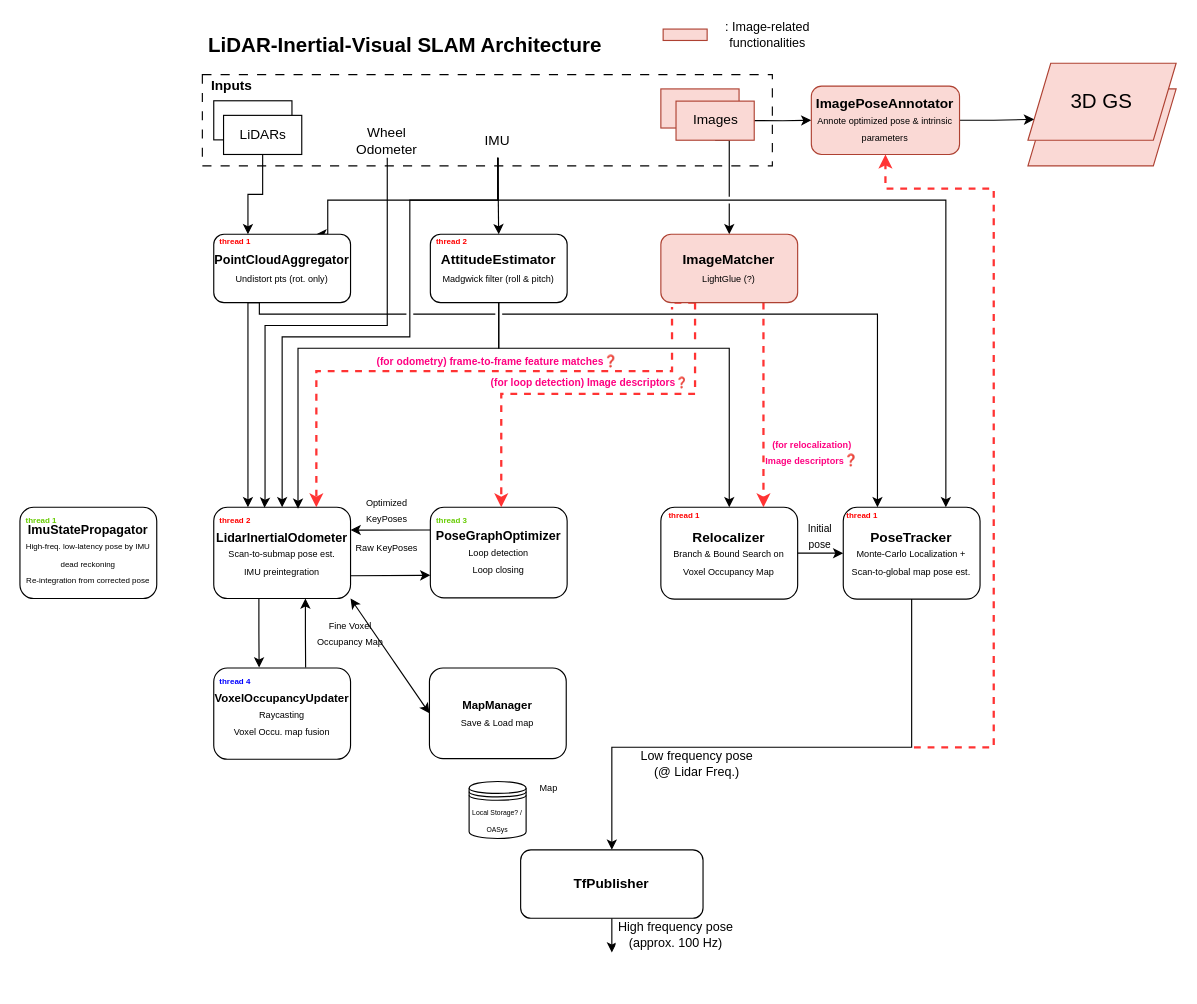
Earlier version of the draw.io diagram 3D SLAMv2.drawio (chkim-holiday/draw_io_storage). Source tidied: cells renumbered, new cells numbered last; positions are measured from the earlier drawing's top-left corner, leaving out a move shared by most shapes. Both pictures are drawn from the tidied source at 114%, with x=0, y=0 at pixel (19, 28).
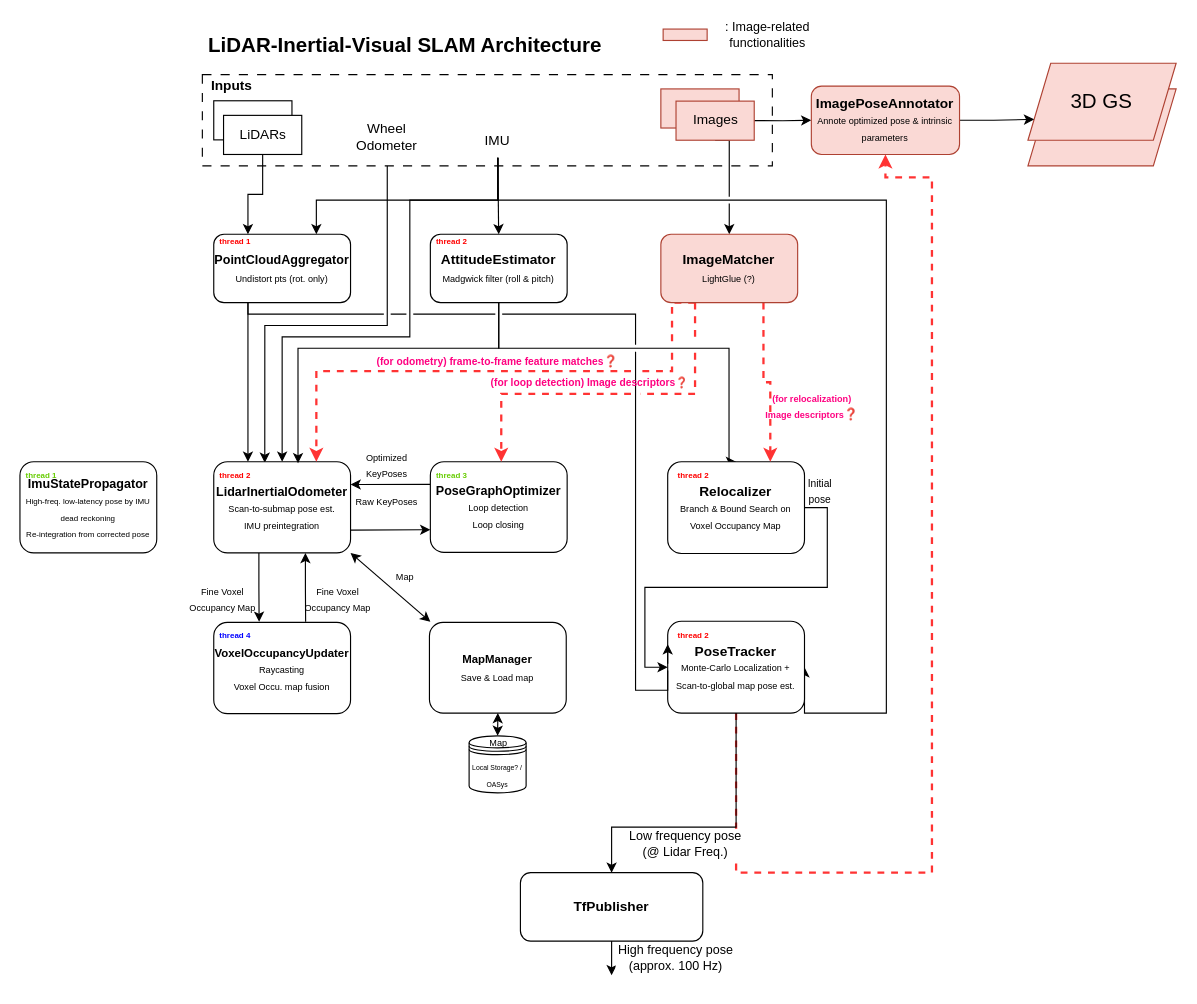
Above is the later version.

Unchanged cells that the change refers to:
```xml
<mxCell id="8" value="IMU" style="text;html=1;whiteSpace=wrap;strokeColor=none;fillColor=none;align=center;verticalAlign=middle;rounded=0;" parent="1" vertex="1">
  <mxGeometry x="399.2" y="82.9" width="40" height="30" as="geometry" />
</mxCell>
<mxCell id="20" value="&lt;div&gt;&lt;font style=&quot;font-size: 11px;&quot;&gt;&lt;b&gt;PointCloudAggregator&lt;/b&gt;&lt;/font&gt;&lt;/div&gt;&lt;div&gt;&lt;font style=&quot;font-size: 8px;&quot;&gt;Undistort pts (rot. only)&lt;/font&gt;&lt;/div&gt;" style="rounded=1;whiteSpace=wrap;html=1;" parent="1" vertex="1">
  <mxGeometry x="170" y="180" width="120" height="60" as="geometry" />
</mxCell>
<mxCell id="57" value="&lt;b&gt;ImagePoseAnnotator&lt;/b&gt;&lt;div&gt;&lt;font style=&quot;font-size: 8px;&quot;&gt;Annote optimized pose &amp;amp; intrinsic parameters&lt;/font&gt;&lt;/div&gt;" style="rounded=1;whiteSpace=wrap;html=1;fillColor=#fad9d5;strokeColor=#ae4132;" parent="1" vertex="1">
  <mxGeometry x="694.2" y="50" width="130" height="60" as="geometry" />
</mxCell>
```

What changed in the source:
```diff
@@
+    <mxCell id="68" style="edgeStyle=orthogonalEdgeStyle;rounded=0;jettySize=auto;html=1;exitX=0.5;exitY=1;exitDx=0;exitDy=0;entryX=0.373;entryY=0.011;entryDx=0;entryDy=0;entryPerimeter=0;jumpStyle=gap;" parent="1" edge="1" source="9" target="32">
+      <mxGeometry relative="1" as="geometry">
+        <Array as="points">
+          <mxPoint x="322" y="260" />
+          <mxPoint x="215" y="260" />
+        </Array>
+      </mxGeometry>
+    </mxCell>
+    <mxCell id="58" style="edgeStyle=orthogonalEdgeStyle;shape=connector;rounded=0;jumpStyle=gap;jettySize=auto;html=1;entryX=0.5;entryY=1;entryDx=0;entryDy=0;strokeColor=#FF3333;align=center;verticalAlign=middle;fontFamily=Helvetica;fontSize=11;fontColor=default;labelBackgroundColor=default;endArrow=classic;fillColor=#f8cecc;dashed=1;strokeWidth=2;exitX=0.5;exitY=1;exitDx=0;exitDy=0;" parent="1" edge="1" source="26" target="57">
+      <mxGeometry relative="1" as="geometry">
+        <Array as="points">
+          <mxPoint x="628" y="740" />
+          <mxPoint x="800" y="740" />
+          <mxPoint x="800" y="130" />
+          <mxPoint x="759" y="130" />
+        </Array>
+      </mxGeometry>
+    </mxCell>
     <mxCell id="2" value="&lt;font style=&quot;font-size: 8px;&quot;&gt;Optimized KeyPoses&lt;/font&gt;" style="text;html=1;whiteSpace=wrap;strokeColor=none;fillColor=none;align=center;verticalAlign=middle;rounded=0;fontFamily=Helvetica;fontSize=11;fontColor=default;labelBackgroundColor=none;" parent="1" vertex="1">
-      <mxGeometry x="292.2" y="410" width="60" height="24" as="geometry" />
+      <mxGeometry x="292.2" y="370" width="60" height="24" as="geometry" />
     </mxCell>
@@
-    <mxCell id="6" style="edgeStyle=orthogonalEdgeStyle;shape=connector;rounded=0;jumpStyle=gap;jettySize=auto;html=1;exitX=0.5;exitY=1;exitDx=0;exitDy=0;entryX=0.75;entryY=0;entryDx=0;entryDy=0;strokeColor=default;align=center;verticalAlign=middle;fontFamily=Helvetica;fontSize=11;fontColor=default;labelBackgroundColor=default;endArrow=classic;" parent="1" edge="1" source="8" target="26">
+    <mxCell id="6" style="edgeStyle=orthogonalEdgeStyle;shape=connector;rounded=0;jumpStyle=gap;jettySize=auto;html=1;exitX=0.5;exitY=1;exitDx=0;exitDy=0;entryX=1;entryY=0.5;entryDx=0;entryDy=0;strokeColor=default;align=center;verticalAlign=middle;fontFamily=Helvetica;fontSize=11;fontColor=default;labelBackgroundColor=default;endArrow=classic;" parent="1" edge="1" source="8" target="26">
       <mxGeometry relative="1" as="geometry">
         <Array as="points">
           <mxPoint x="419" y="150" />
-          <mxPoint x="812" y="150" />
+          <mxPoint x="760" y="150" />
+          <mxPoint x="760" y="600" />
         </Array>
       </mxGeometry>
     </mxCell>
     <mxCell id="7" style="edgeStyle=orthogonalEdgeStyle;rounded=0;jettySize=auto;html=1;exitX=0.5;exitY=1;exitDx=0;exitDy=0;entryX=0.75;entryY=0;entryDx=0;entryDy=0;" parent="1" edge="1" source="8" target="20">
       <mxGeometry relative="1" as="geometry">
         <Array as="points">
           <mxPoint x="419" y="150" />
-          <mxPoint x="270" y="150" />
+          <mxPoint x="260" y="150" />
         </Array>
       </mxGeometry>
     </mxCell>
@@
     <mxCell id="9" value="Wheel&lt;br&gt;Odometer" style="text;html=1;whiteSpace=wrap;strokeColor=none;fillColor=none;align=center;verticalAlign=middle;rounded=0;" parent="1" vertex="1">
-      <mxGeometry x="302.2" y="82.9" width="40" height="30" as="geometry" />
+      <mxGeometry x="302.2" y="80" width="40" height="30" as="geometry" />
     </mxCell>
@@
     <mxCell id="24" value="&lt;b&gt;&lt;font style=&quot;font-size: 11px;&quot;&gt;PoseGraphOptimizer&lt;/font&gt;&lt;/b&gt;&lt;div&gt;&lt;font style=&quot;font-size: 8px;&quot;&gt;Loop detection&lt;/font&gt;&lt;/div&gt;&lt;div&gt;&lt;font style=&quot;font-size: 8px;&quot;&gt;Loop closing&lt;/font&gt;&lt;/div&gt;" style="rounded=1;whiteSpace=wrap;html=1;" parent="1" vertex="1">
-      <mxGeometry x="360" y="419.5" width="120" height="79.5" as="geometry" />
+      <mxGeometry x="360" y="379.5" width="120" height="79.5" as="geometry" />
     </mxCell>
     <mxCell id="25" style="edgeStyle=orthogonalEdgeStyle;rounded=0;jettySize=auto;html=1;exitX=0.5;exitY=1;exitDx=0;exitDy=0;entryX=0.5;entryY=0;entryDx=0;entryDy=0;" parent="1" edge="1" source="26" target="40">
       <mxGeometry relative="1" as="geometry">
         <Array as="points">
-          <mxPoint x="782" y="630" />
-          <mxPoint x="520" y="630" />
+          <mxPoint x="628" y="700" />
+          <mxPoint x="519" y="700" />
         </Array>
       </mxGeometry>
     </mxCell>
     <mxCell id="26" value="&lt;b&gt;PoseTracker&lt;/b&gt;&lt;div&gt;&lt;font style=&quot;font-size: 8px;&quot;&gt;Monte-Carlo Localization +&lt;/font&gt;&lt;/div&gt;&lt;div&gt;&lt;span style=&quot;font-size: 8px;&quot;&gt;Scan-to-global map pose est.&lt;/span&gt;&lt;/div&gt;" style="rounded=1;whiteSpace=wrap;html=1;" parent="1" vertex="1">
-      <mxGeometry x="722.2" y="419.5" width="120" height="80.5" as="geometry" />
+      <mxGeometry x="568.2" y="519.5" width="120" height="80.5" as="geometry" />
     </mxCell>
     <mxCell id="27" value="&lt;b&gt;Relocalizer&lt;/b&gt;&lt;div&gt;&lt;font style=&quot;font-size: 8px;&quot;&gt;Branch &amp;amp; Bound Search on Voxel Occupancy Map&lt;/font&gt;&lt;/div&gt;" style="rounded=1;whiteSpace=wrap;html=1;" parent="1" vertex="1">
-      <mxGeometry x="562.2" y="419.5" width="120" height="80.5" as="geometry" />
+      <mxGeometry x="568.2" y="379.5" width="120" height="80.5" as="geometry" />
     </mxCell>
@@
-    <mxCell id="29" style="rounded=0;jettySize=auto;html=1;exitX=1;exitY=1;exitDx=0;exitDy=0;entryX=0;entryY=0.5;entryDx=0;entryDy=0;startArrow=classic;startFill=1;" parent="1" edge="1" source="32" target="63">
-      <mxGeometry relative="1" as="geometry" />
+    <mxCell id="29" style="rounded=0;jettySize=auto;html=1;exitX=1;exitY=1;exitDx=0;exitDy=0;startArrow=classic;startFill=1;" parent="1" edge="1" source="32">
+      <mxGeometry relative="1" as="geometry">
+        <mxPoint x="360" y="520" as="targetPoint" />
+      </mxGeometry>
     </mxCell>
     <mxCell id="30" style="edgeStyle=orthogonalEdgeStyle;rounded=0;jettySize=auto;html=1;exitX=0.33;exitY=1;exitDx=0;exitDy=0;exitPerimeter=0;" parent="1" edge="1" source="32">
       <mxGeometry relative="1" as="geometry">
-        <mxPoint x="209.8" y="560" as="targetPoint" />
+        <mxPoint x="209.8" y="520" as="targetPoint" />
       </mxGeometry>
     </mxCell>
     <mxCell id="31" style="edgeStyle=orthogonalEdgeStyle;rounded=0;jettySize=auto;html=1;exitX=0.67;exitY=1;exitDx=0;exitDy=0;exitPerimeter=0;startArrow=classic;startFill=1;endArrow=none;endFill=0;" parent="1" edge="1" source="32">
       <mxGeometry relative="1" as="geometry">
-        <mxPoint x="250.6" y="560" as="targetPoint" />
+        <mxPoint x="250.6" y="520" as="targetPoint" />
       </mxGeometry>
     </mxCell>
     <mxCell id="32" value="&lt;b&gt;&lt;font style=&quot;font-size: 11px;&quot;&gt;LidarInertialOdometer&lt;/font&gt;&lt;/b&gt;&lt;div&gt;&lt;font style=&quot;font-size: 8px;&quot;&gt;Scan-to-submap pose est.&lt;/font&gt;&lt;/div&gt;&lt;div&gt;&lt;font style=&quot;font-size: 8px;&quot;&gt;IMU preintegration&lt;/font&gt;&lt;/div&gt;" style="rounded=1;whiteSpace=wrap;html=1;points=[[0,0,0,0,0],[0,0.25,0,0,0],[0,0.5,0,0,0],[0,0.75,0,0,0],[0,1,0,0,0],[0.17,1,0,0,0],[0.25,0,0,0,0],[0.25,1,0,0,0],[0.33,1,0,0,0],[0.5,0,0,0,0],[0.5,1,0,0,0],[0.67,1,0,0,0],[0.75,0,0,0,0],[0.75,1,0,0,0],[0.83,1,0,0,0],[1,0,0,0,0],[1,0.25,0,0,0],[1,0.5,0,0,0],[1,0.75,0,0,0],[1,1,0,0,0]];" parent="1" vertex="1">
-      <mxGeometry x="170" y="419.5" width="120" height="80" as="geometry" />
+      <mxGeometry x="170" y="379.5" width="120" height="80" as="geometry" />
     </mxCell>
@@
-    <mxCell id="34" style="edgeStyle=orthogonalEdgeStyle;shape=connector;rounded=0;jumpStyle=gap;jettySize=auto;html=1;exitX=0.25;exitY=1;exitDx=0;exitDy=0;entryX=0.25;entryY=0;entryDx=0;entryDy=0;strokeColor=default;align=center;verticalAlign=middle;fontFamily=Helvetica;fontSize=11;fontColor=default;labelBackgroundColor=default;endArrow=classic;" parent="1" edge="1" source="20" target="26">
+    <mxCell id="34" style="edgeStyle=orthogonalEdgeStyle;shape=connector;rounded=0;jumpStyle=gap;jettySize=auto;html=1;exitX=0.25;exitY=1;exitDx=0;exitDy=0;entryX=0;entryY=0.25;entryDx=0;entryDy=0;strokeColor=default;align=center;verticalAlign=middle;fontFamily=Helvetica;fontSize=11;fontColor=default;labelBackgroundColor=default;endArrow=classic;" parent="1" edge="1" source="20" target="26">
       <mxGeometry relative="1" as="geometry">
         <Array as="points">
-          <mxPoint x="210" y="250" />
-          <mxPoint x="752" y="250" />
+          <mxPoint x="200" y="250" />
+          <mxPoint x="540" y="250" />
+          <mxPoint x="540" y="580" />
         </Array>
       </mxGeometry>
     </mxCell>
     <mxCell id="35" value="&lt;font style=&quot;font-size: 8px;&quot;&gt;Fine Voxel Occupancy Map&lt;/font&gt;" style="text;html=1;whiteSpace=wrap;strokeColor=none;fillColor=none;align=center;verticalAlign=middle;rounded=0;fontFamily=Helvetica;fontSize=11;fontColor=default;labelBackgroundColor=none;rotation=0;" parent="1" vertex="1">
-      <mxGeometry x="260" y="520" width="60" height="20" as="geometry" />
+      <mxGeometry x="249.2" y="490" width="60" height="20" as="geometry" />
     </mxCell>
     <mxCell id="36" value="&lt;font style=&quot;font-size: 8px;&quot;&gt;Raw KeyPoses&lt;/font&gt;" style="text;html=1;whiteSpace=wrap;strokeColor=none;fillColor=none;align=center;verticalAlign=middle;rounded=0;fontFamily=Helvetica;fontSize=11;fontColor=default;labelBackgroundColor=none;" parent="1" vertex="1">
-      <mxGeometry x="292.2" y="449" width="60" height="10" as="geometry" />
+      <mxGeometry x="292.2" y="409" width="60" height="10" as="geometry" />
     </mxCell>
     <mxCell id="37" value="&lt;font style=&quot;font-size: 7px;&quot;&gt;&lt;b&gt;thread 3&lt;/b&gt;&lt;/font&gt;" style="text;html=1;whiteSpace=wrap;strokeColor=none;fillColor=none;align=center;verticalAlign=middle;rounded=0;fontFamily=Helvetica;fontSize=11;fontColor=#66CC00;labelBackgroundColor=none;" parent="1" vertex="1">
-      <mxGeometry x="364" y="425" width="30" height="10" as="geometry" />
+      <mxGeometry x="364" y="385" width="30" height="10" as="geometry" />
     </mxCell>
     <mxCell id="38" value="&lt;font style=&quot;font-size: 7px; color: rgb(255, 0, 0);&quot;&gt;&lt;b&gt;thread 2&lt;/b&gt;&lt;/font&gt;" style="text;html=1;whiteSpace=wrap;strokeColor=none;fillColor=none;align=center;verticalAlign=middle;rounded=0;fontFamily=Helvetica;fontSize=11;fontColor=#66CC00;labelBackgroundColor=none;" parent="1" vertex="1">
-      <mxGeometry x="174" y="425" width="30" height="10" as="geometry" />
+      <mxGeometry x="174" y="385" width="30" height="10" as="geometry" />
     </mxCell>
     <mxCell id="39" style="edgeStyle=orthogonalEdgeStyle;shape=connector;rounded=0;jumpStyle=gap;jettySize=auto;html=1;exitX=0.5;exitY=1;exitDx=0;exitDy=0;strokeColor=default;align=center;verticalAlign=middle;fontFamily=Helvetica;fontSize=11;fontColor=default;labelBackgroundColor=default;endArrow=classic;" parent="1" edge="1" source="40">
       <mxGeometry relative="1" as="geometry">
-        <mxPoint x="519.2" y="810" as="targetPoint" />
+        <mxPoint x="519" y="830" as="targetPoint" />
       </mxGeometry>
     </mxCell>
     <mxCell id="40" value="&lt;b&gt;TfPublisher&lt;/b&gt;" style="rounded=1;whiteSpace=wrap;html=1;" parent="1" vertex="1">
-      <mxGeometry x="439.2" y="720" width="160" height="60" as="geometry" />
+      <mxGeometry x="439" y="740" width="160" height="60" as="geometry" />
     </mxCell>
     <mxCell id="41" value="High frequency pose (approx. 100 Hz)" style="text;html=1;whiteSpace=wrap;strokeColor=none;fillColor=none;align=center;verticalAlign=middle;rounded=0;fontFamily=Helvetica;fontSize=11;fontColor=default;labelBackgroundColor=default;" parent="1" vertex="1">
-      <mxGeometry x="522.4" y="780" width="106.8" height="30" as="geometry" />
+      <mxGeometry x="522.2" y="800" width="106.8" height="30" as="geometry" />
     </mxCell>
     <mxCell id="42" value="Low frequency pose &lt;br&gt;(@ Lidar Freq.)" style="text;html=1;whiteSpace=wrap;strokeColor=none;fillColor=none;align=center;verticalAlign=middle;rounded=0;fontFamily=Helvetica;fontSize=11;fontColor=default;labelBackgroundColor=default;" parent="1" vertex="1">
-      <mxGeometry x="534.2" y="630" width="120" height="30" as="geometry" />
+      <mxGeometry x="524.1" y="700" width="120" height="30" as="geometry" />
     </mxCell>
     <mxCell id="43" value="&lt;div&gt;&lt;span&gt;&lt;font style=&quot;font-size: 8px;&quot;&gt;&lt;b&gt;(for relocalization)&lt;/b&gt;&lt;/font&gt;&lt;/span&gt;&lt;/div&gt;&lt;span&gt;&lt;b&gt;&lt;font style=&quot;font-size: 8px;&quot;&gt;Image descriptors&lt;/font&gt;&lt;span style=&quot;font-size: x-small;&quot;&gt;❓&lt;/span&gt;&lt;/b&gt;&lt;/span&gt;" style="text;html=1;whiteSpace=wrap;strokeColor=none;fillColor=none;align=center;verticalAlign=middle;rounded=0;fontFamily=Helvetica;fontSize=11;fontColor=#FF0080;labelBackgroundColor=none;" parent="1" vertex="1">
-      <mxGeometry x="649.2" y="356" width="91.9" height="30" as="geometry" />
+      <mxGeometry x="649.2" y="316" width="91.9" height="30" as="geometry" />
     </mxCell>
@@
     <mxCell id="45" value="&lt;font style=&quot;font-size: 9px;&quot;&gt;Initial&lt;/font&gt;&lt;div&gt;&lt;font style=&quot;font-size: 9px;&quot;&gt;pose&lt;/font&gt;&lt;/div&gt;" style="text;html=1;whiteSpace=wrap;strokeColor=none;fillColor=none;align=center;verticalAlign=middle;rounded=0;fontFamily=Helvetica;fontSize=11;fontColor=default;labelBackgroundColor=none;" parent="1" vertex="1">
-      <mxGeometry x="687.2" y="429.5" width="30" height="30" as="geometry" />
+      <mxGeometry x="687.2" y="389.5" width="30" height="30" as="geometry" />
     </mxCell>
@@
-    <mxCell id="58" style="edgeStyle=orthogonalEdgeStyle;shape=connector;rounded=0;jumpStyle=gap;jettySize=auto;html=1;entryX=0.5;entryY=1;entryDx=0;entryDy=0;strokeColor=#FF3333;align=center;verticalAlign=middle;fontFamily=Helvetica;fontSize=11;fontColor=default;labelBackgroundColor=default;endArrow=classic;fillColor=#f8cecc;dashed=1;strokeWidth=2;" parent="1" edge="1" target="57">
-      <mxGeometry relative="1" as="geometry">
-        <mxPoint x="784.2" y="630" as="sourcePoint" />
-        <Array as="points">
-          <mxPoint x="854.2" y="630" />
-          <mxPoint x="854.2" y="140" />
-          <mxPoint x="759.2" y="140" />
-        </Array>
-      </mxGeometry>
-    </mxCell>
-    <mxCell id="59" value="&lt;font style=&quot;font-size: 7px; color: rgb(255, 0, 0);&quot;&gt;&lt;b&gt;thread 1&lt;/b&gt;&lt;/font&gt;" style="text;html=1;whiteSpace=wrap;strokeColor=none;fillColor=none;align=center;verticalAlign=middle;rounded=0;fontFamily=Helvetica;fontSize=11;fontColor=#66CC00;labelBackgroundColor=none;" parent="1" vertex="1">
-      <mxGeometry x="568.2" y="419.5" width="30" height="10" as="geometry" />
+    <mxCell id="59" value="&lt;font style=&quot;font-size: 7px; color: rgb(255, 0, 0);&quot;&gt;&lt;b&gt;thread 2&lt;/b&gt;&lt;/font&gt;" style="text;html=1;whiteSpace=wrap;strokeColor=none;fillColor=none;align=center;verticalAlign=middle;rounded=0;fontFamily=Helvetica;fontSize=11;fontColor=#66CC00;labelBackgroundColor=none;" parent="1" vertex="1">
+      <mxGeometry x="575.5" y="385" width="30" height="10" as="geometry" />
     </mxCell>
-    <mxCell id="60" value="&lt;font style=&quot;font-size: 7px; color: rgb(255, 0, 0);&quot;&gt;&lt;b&gt;thread 1&lt;/b&gt;&lt;/font&gt;" style="text;html=1;whiteSpace=wrap;strokeColor=none;fillColor=none;align=center;verticalAlign=middle;rounded=0;fontFamily=Helvetica;fontSize=11;fontColor=#66CC00;labelBackgroundColor=none;" parent="1" vertex="1">
-      <mxGeometry x="724.2" y="419.5" width="30" height="10" as="geometry" />
+    <mxCell id="60" value="&lt;font style=&quot;font-size: 7px; color: rgb(255, 0, 0);&quot;&gt;&lt;b&gt;thread 2&lt;/b&gt;&lt;/font&gt;" style="text;html=1;whiteSpace=wrap;strokeColor=none;fillColor=none;align=center;verticalAlign=middle;rounded=0;fontFamily=Helvetica;fontSize=11;fontColor=#66CC00;labelBackgroundColor=none;" parent="1" vertex="1">
+      <mxGeometry x="576.2" y="525.5" width="30" height="10" as="geometry" />
     </mxCell>
@@
+    <mxCell id="72" style="edgeStyle=orthogonalEdgeStyle;rounded=0;jettySize=auto;html=1;exitX=0.5;exitY=1;exitDx=0;exitDy=0;entryX=0.5;entryY=0;entryDx=0;entryDy=0;startArrow=classic;startFill=1;" parent="1" edge="1" source="63" target="64">
+      <mxGeometry relative="1" as="geometry" />
+    </mxCell>
     <mxCell id="63" value="&lt;font style=&quot;font-size: 10px;&quot;&gt;&lt;b&gt;MapManager&lt;/b&gt;&lt;/font&gt;&lt;div&gt;&lt;span style=&quot;font-size: 8px; background-color: transparent; color: light-dark(rgb(0, 0, 0), rgb(255, 255, 255));&quot;&gt;Save &amp;amp; Load map&lt;/span&gt;&lt;/div&gt;" style="rounded=1;whiteSpace=wrap;html=1;" parent="1" vertex="1">
-      <mxGeometry x="359.2" y="560.5" width="120" height="79.5" as="geometry" />
+      <mxGeometry x="359.2" y="520.5" width="120" height="79.5" as="geometry" />
     </mxCell>
     <mxCell id="64" value="&lt;font style=&quot;font-size: 6px;&quot;&gt;Local Storage? / OASys&lt;/font&gt;" style="shape=datastore;whiteSpace=wrap;html=1;" parent="1" vertex="1">
-      <mxGeometry x="394" y="660" width="50" height="50" as="geometry" />
+      <mxGeometry x="394" y="620" width="50" height="50" as="geometry" />
     </mxCell>
     <mxCell id="65" value="&lt;font style=&quot;font-size: 8px;&quot;&gt;Map&lt;/font&gt;" style="text;html=1;whiteSpace=wrap;strokeColor=none;fillColor=none;align=center;verticalAlign=middle;rounded=0;" parent="1" vertex="1">
-      <mxGeometry x="444" y="650" width="40" height="30" as="geometry" />
+      <mxGeometry x="400" y="610" width="40" height="30" as="geometry" />
     </mxCell>
     <mxCell id="66" value="&lt;b&gt;&lt;font style=&quot;font-size: 11px;&quot;&gt;ImuStatePropagator&lt;/font&gt;&lt;/b&gt;&lt;div&gt;&lt;font style=&quot;font-size: 7px;&quot;&gt;&lt;span style=&quot;background-color: transparent; color: light-dark(rgb(0, 0, 0), rgb(255, 255, 255));&quot;&gt;High-freq. low-latency pose by IMU dead reckoning&lt;br&gt;&lt;/span&gt;&lt;/font&gt;&lt;/div&gt;&lt;div&gt;&lt;span style=&quot;background-color: transparent; color: light-dark(rgb(0, 0, 0), rgb(255, 255, 255));&quot;&gt;&lt;font style=&quot;font-size: 7px;&quot;&gt;Re-integration from corrected pose&lt;/font&gt;&lt;/span&gt;&lt;/div&gt;" style="rounded=1;whiteSpace=wrap;html=1;" parent="1" vertex="1">
-      <mxGeometry y="419.5" width="120" height="80" as="geometry" />
+      <mxGeometry y="379.5" width="120" height="80" as="geometry" />
     </mxCell>
     <mxCell id="67" value="&lt;font style=&quot;font-size: 7px;&quot;&gt;&lt;b&gt;thread 1&lt;/b&gt;&lt;/font&gt;" style="text;html=1;whiteSpace=wrap;strokeColor=none;fillColor=none;align=center;verticalAlign=middle;rounded=0;fontFamily=Helvetica;fontSize=11;fontColor=#66CC00;labelBackgroundColor=none;" parent="1" vertex="1">
-      <mxGeometry x="4" y="425" width="30" height="10" as="geometry" />
+      <mxGeometry x="4" y="385" width="30" height="10" as="geometry" />
     </mxCell>
-    <mxCell id="68" style="edgeStyle=orthogonalEdgeStyle;rounded=0;jettySize=auto;html=1;exitX=0.5;exitY=1;exitDx=0;exitDy=0;entryX=0.371;entryY=0.006;entryDx=0;entryDy=0;entryPerimeter=0;" parent="1" edge="1" source="9" target="32">
-      <mxGeometry relative="1" as="geometry">
-        <Array as="points">
-          <mxPoint x="322" y="260" />
-          <mxPoint x="215" y="260" />
-          <mxPoint x="215" y="411" />
-        </Array>
-      </mxGeometry>
-    </mxCell>
@@
     <mxCell id="70" value="&lt;font style=&quot;font-size: 10px;&quot;&gt;&lt;b&gt;VoxelOccupancyUpdater&lt;/b&gt;&lt;/font&gt;&lt;div&gt;&lt;font style=&quot;font-size: 8px;&quot;&gt;Raycasting&lt;/font&gt;&lt;/div&gt;&lt;div&gt;&lt;font style=&quot;font-size: 8px;&quot;&gt;Voxel Occu. map fusion&lt;/font&gt;&lt;/div&gt;" style="rounded=1;whiteSpace=wrap;html=1;" parent="1" vertex="1">
-      <mxGeometry x="170" y="560.5" width="120" height="80" as="geometry" />
+      <mxGeometry x="170" y="520.5" width="120" height="80" as="geometry" />
     </mxCell>
     <mxCell id="71" value="&lt;font style=&quot;font-size: 7px; color: rgb(0, 0, 255);&quot;&gt;&lt;b&gt;thread 4&lt;/b&gt;&lt;/font&gt;" style="text;html=1;whiteSpace=wrap;strokeColor=none;fillColor=none;align=center;verticalAlign=middle;rounded=0;fontFamily=Helvetica;fontSize=11;fontColor=#66CC00;labelBackgroundColor=none;" parent="1" vertex="1">
-      <mxGeometry x="174" y="565.5" width="30" height="10" as="geometry" />
+      <mxGeometry x="174" y="525.5" width="30" height="10" as="geometry" />
     </mxCell>
+    <mxCell id="73" value="&lt;font style=&quot;font-size: 8px;&quot;&gt;Fine Voxel Occupancy Map&lt;/font&gt;" style="text;html=1;whiteSpace=wrap;strokeColor=none;fillColor=none;align=center;verticalAlign=middle;rounded=0;fontFamily=Helvetica;fontSize=11;fontColor=default;labelBackgroundColor=none;rotation=0;" parent="1" vertex="1">
+      <mxGeometry x="148" y="490" width="60" height="20" as="geometry" />
+    </mxCell>
+    <mxCell id="74" value="&lt;font style=&quot;font-size: 8px;&quot;&gt;Map&lt;/font&gt;" style="text;html=1;whiteSpace=wrap;strokeColor=none;fillColor=none;align=center;verticalAlign=middle;rounded=0;fontFamily=Helvetica;fontSize=11;fontColor=default;labelBackgroundColor=none;rotation=0;" parent="1" vertex="1">
+      <mxGeometry x="325.1" y="470" width="26" height="20" as="geometry" />
+    </mxCell>
```
